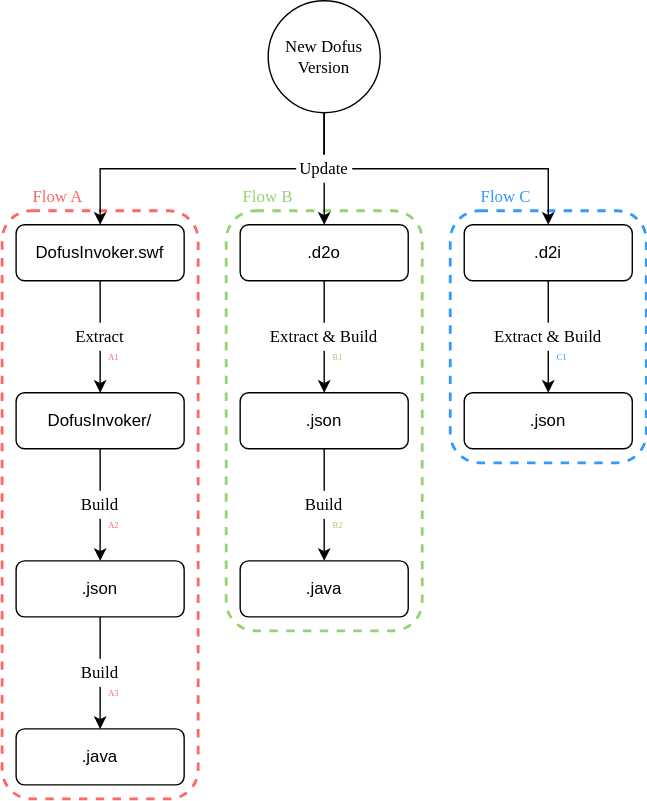
Before: images/Flows.drawio.svg, a diagram exported from draw.io (bot4dofus/Datafus). Source tidied: cells renumbered, new cells last; positions are measured from the earlier drawing's top-left corner, leaving out a move shared by most shapes. Source of this version:
```xml
<mxGraphModel>
  <root>
    <mxCell id="0" />
    <mxCell id="1" parent="0" />
    <mxCell id="2" style="rounded=1;whiteSpace=wrap;html=1;fontFamily=Georgia;fillColor=none;dashed=1;strokeWidth=2;strokeColor=#3399FF;" parent="1" vertex="1">
      <mxGeometry x="320" y="150" width="140" height="180" as="geometry" />
    </mxCell>
    <mxCell id="3" style="rounded=1;whiteSpace=wrap;html=1;fontFamily=Georgia;fillColor=none;dashed=1;strokeWidth=2;strokeColor=#97D077;" parent="1" vertex="1">
      <mxGeometry x="160" y="150" width="140" height="300" as="geometry" />
    </mxCell>
    <mxCell id="4" style="rounded=1;whiteSpace=wrap;html=1;fontFamily=Georgia;fillColor=none;dashed=1;strokeWidth=2;strokeColor=#FF6666;" parent="1" vertex="1">
      <mxGeometry y="150" width="140" height="420" as="geometry" />
    </mxCell>
    <mxCell id="5" value="New Dofus Version" style="ellipse;whiteSpace=wrap;html=1;fontFamily=Georgia;" parent="1" vertex="1">
      <mxGeometry x="190" width="80" height="80" as="geometry" />
    </mxCell>
    <mxCell id="6" value=".d2o" style="rounded=1;whiteSpace=wrap;html=1;fontFamily=Helvetica;" parent="1" vertex="1">
      <mxGeometry x="170" y="160" width="120" height="40" as="geometry" />
    </mxCell>
    <mxCell id="7" value=".d2i" style="rounded=1;whiteSpace=wrap;html=1;fontFamily=Helvetica;" parent="1" vertex="1">
      <mxGeometry x="330" y="160" width="120" height="40" as="geometry" />
    </mxCell>
    <mxCell id="8" value="DofusInvoker.swf" style="rounded=1;whiteSpace=wrap;html=1;fontFamily=Helvetica;" parent="1" vertex="1">
      <mxGeometry x="10" y="160" width="120" height="40" as="geometry" />
    </mxCell>
    <mxCell id="9" value="DofusInvoker/" style="rounded=1;whiteSpace=wrap;html=1;fontFamily=Helvetica;" parent="1" vertex="1">
      <mxGeometry x="10" y="280" width="120" height="40" as="geometry" />
    </mxCell>
    <mxCell id="10" value=".json" style="rounded=1;whiteSpace=wrap;html=1;fontFamily=Helvetica;" parent="1" vertex="1">
      <mxGeometry x="170" y="280" width="120" height="40" as="geometry" />
    </mxCell>
    <mxCell id="11" value=".json" style="rounded=1;whiteSpace=wrap;html=1;fontFamily=Helvetica;" parent="1" vertex="1">
      <mxGeometry x="330" y="280" width="120" height="40" as="geometry" />
    </mxCell>
    <mxCell id="12" value=".java" style="rounded=1;whiteSpace=wrap;html=1;fontFamily=Helvetica;" parent="1" vertex="1">
      <mxGeometry x="170" y="400" width="120" height="40" as="geometry" />
    </mxCell>
    <mxCell id="13" value=".json" style="rounded=1;whiteSpace=wrap;html=1;fontFamily=Helvetica;" parent="1" vertex="1">
      <mxGeometry x="10" y="400" width="120" height="40" as="geometry" />
    </mxCell>
    <mxCell id="14" value=".java" style="rounded=1;whiteSpace=wrap;html=1;fontFamily=Helvetica;" parent="1" vertex="1">
      <mxGeometry x="10" y="520" width="120" height="40" as="geometry" />
    </mxCell>
    <mxCell id="15" style="edgeStyle=orthogonalEdgeStyle;rounded=0;jettySize=auto;html=1;exitX=0.5;exitY=1;exitDx=0;exitDy=0;entryX=0.5;entryY=0;entryDx=0;entryDy=0;fontFamily=Georgia;" parent="1" edge="1" source="8" target="9">
      <mxGeometry relative="1" as="geometry" />
    </mxCell>
    <mxCell id="16" style="edgeStyle=orthogonalEdgeStyle;rounded=0;jettySize=auto;html=1;exitX=0.5;exitY=1;exitDx=0;exitDy=0;entryX=0.5;entryY=0;entryDx=0;entryDy=0;fontFamily=Georgia;" parent="1" edge="1" source="9" target="13">
      <mxGeometry relative="1" as="geometry" />
    </mxCell>
    <mxCell id="17" style="edgeStyle=orthogonalEdgeStyle;rounded=0;jettySize=auto;html=1;exitX=0.5;exitY=1;exitDx=0;exitDy=0;entryX=0.5;entryY=0;entryDx=0;entryDy=0;fontFamily=Georgia;" parent="1" edge="1" source="13" target="14">
      <mxGeometry relative="1" as="geometry" />
    </mxCell>
    <mxCell id="18" style="edgeStyle=orthogonalEdgeStyle;rounded=0;jettySize=auto;html=1;entryX=0.5;entryY=0;entryDx=0;entryDy=0;fontFamily=Georgia;exitX=0.5;exitY=1;exitDx=0;exitDy=0;" parent="1" edge="1" source="10" target="12">
      <mxGeometry relative="1" as="geometry" />
    </mxCell>
    <mxCell id="19" style="edgeStyle=orthogonalEdgeStyle;rounded=0;jettySize=auto;html=1;fontFamily=Georgia;exitX=0.5;exitY=1;exitDx=0;exitDy=0;" parent="1" edge="1" source="6">
      <mxGeometry relative="1" as="geometry">
        <mxPoint x="230" y="280" as="targetPoint" />
      </mxGeometry>
    </mxCell>
    <mxCell id="20" style="edgeStyle=orthogonalEdgeStyle;rounded=0;jettySize=auto;html=1;fontFamily=Georgia;exitX=0.5;exitY=1;exitDx=0;exitDy=0;entryX=0.5;entryY=0;entryDx=0;entryDy=0;" parent="1" edge="1" source="7" target="11">
      <mxGeometry relative="1" as="geometry" />
    </mxCell>
    <mxCell id="21" style="edgeStyle=orthogonalEdgeStyle;rounded=0;jettySize=auto;html=1;exitX=0.5;exitY=1;exitDx=0;exitDy=0;entryX=0.5;entryY=0;entryDx=0;entryDy=0;fontFamily=Georgia;" parent="1" edge="1" source="5" target="8">
      <mxGeometry relative="1" as="geometry" />
    </mxCell>
    <mxCell id="22" style="edgeStyle=orthogonalEdgeStyle;rounded=0;jettySize=auto;html=1;exitX=0.5;exitY=1;exitDx=0;exitDy=0;fontFamily=Georgia;" parent="1" edge="1" source="5">
      <mxGeometry relative="1" as="geometry">
        <mxPoint x="390" y="160" as="targetPoint" />
      </mxGeometry>
    </mxCell>
    <mxCell id="23" style="edgeStyle=orthogonalEdgeStyle;rounded=0;jettySize=auto;html=1;fontFamily=Georgia;" parent="1" edge="1" target="6">
      <mxGeometry relative="1" as="geometry">
        <mxPoint x="230" y="80" as="sourcePoint" />
      </mxGeometry>
    </mxCell>
    <mxCell id="24" value="A1" style="text;html=1;strokeColor=none;align=center;verticalAlign=middle;whiteSpace=wrap;rounded=0;dashed=1;fontFamily=Georgia;spacing=0;fontSize=6;fontColor=#FF6666;" parent="1" vertex="1">
      <mxGeometry x="70" y="250" width="20" height="10" as="geometry" />
    </mxCell>
    <mxCell id="25" value="Build" style="text;html=1;strokeColor=none;align=center;verticalAlign=middle;whiteSpace=wrap;rounded=0;dashed=1;fontFamily=Georgia;fillColor=#FFFFFF;" parent="1" vertex="1">
      <mxGeometry x="50" y="470" width="40" height="20" as="geometry" />
    </mxCell>
    <mxCell id="26" value="Build" style="text;html=1;strokeColor=none;align=center;verticalAlign=middle;whiteSpace=wrap;rounded=0;dashed=1;fontFamily=Georgia;fillColor=#FFFFFF;" parent="1" vertex="1">
      <mxGeometry x="50" y="350" width="40" height="20" as="geometry" />
    </mxCell>
    <mxCell id="27" value="Build" style="text;html=1;strokeColor=none;align=center;verticalAlign=middle;whiteSpace=wrap;rounded=0;dashed=1;fontFamily=Georgia;fillColor=#FFFFFF;" parent="1" vertex="1">
      <mxGeometry x="210" y="350" width="40" height="20" as="geometry" />
    </mxCell>
    <mxCell id="28" value="Extract &amp;amp; Build" style="text;html=1;strokeColor=none;align=center;verticalAlign=middle;whiteSpace=wrap;rounded=0;dashed=1;fontFamily=Georgia;fillColor=#FFFFFF;" parent="1" vertex="1">
      <mxGeometry x="170" y="230" width="120" height="20" as="geometry" />
    </mxCell>
    <mxCell id="29" value="Extract &amp;amp; Build" style="text;html=1;strokeColor=none;align=center;verticalAlign=middle;whiteSpace=wrap;rounded=0;dashed=1;fontFamily=Georgia;fillColor=#FFFFFF;" parent="1" vertex="1">
      <mxGeometry x="330" y="230" width="120" height="20" as="geometry" />
    </mxCell>
    <mxCell id="30" value="Update" style="text;html=1;strokeColor=none;align=center;verticalAlign=middle;whiteSpace=wrap;rounded=0;dashed=1;fontFamily=Georgia;fillColor=#FFFFFF;" parent="1" vertex="1">
      <mxGeometry x="210" y="110" width="40" height="20" as="geometry" />
    </mxCell>
    <mxCell id="31" value="&lt;font&gt;Extract&lt;/font&gt;" style="text;html=1;strokeColor=none;align=center;verticalAlign=middle;whiteSpace=wrap;rounded=0;dashed=1;fontFamily=Georgia;fillColor=#FFFFFF;" parent="1" vertex="1">
      <mxGeometry x="50" y="230" width="40" height="20" as="geometry" />
    </mxCell>
    <mxCell id="32" value="A2" style="text;html=1;strokeColor=none;align=center;verticalAlign=middle;whiteSpace=wrap;rounded=0;dashed=1;fontFamily=Georgia;spacing=0;fontSize=6;fontColor=#FF6666;" parent="1" vertex="1">
      <mxGeometry x="70" y="370" width="20" height="10" as="geometry" />
    </mxCell>
    <mxCell id="33" value="B2" style="text;html=1;strokeColor=none;align=center;verticalAlign=middle;whiteSpace=wrap;rounded=0;dashed=1;fontFamily=Georgia;spacing=0;fontSize=6;fontColor=#97D077;" parent="1" vertex="1">
      <mxGeometry x="230" y="370" width="20" height="10" as="geometry" />
    </mxCell>
    <mxCell id="34" value="A3" style="text;html=1;strokeColor=none;align=center;verticalAlign=middle;whiteSpace=wrap;rounded=0;dashed=1;fontFamily=Georgia;spacing=0;fontSize=6;fontColor=#FF6666;" parent="1" vertex="1">
      <mxGeometry x="70" y="490" width="20" height="10" as="geometry" />
    </mxCell>
    <mxCell id="35" value="C1" style="text;html=1;strokeColor=none;align=center;verticalAlign=middle;whiteSpace=wrap;rounded=0;dashed=1;fontFamily=Georgia;spacing=0;fontSize=6;fontColor=#3399FF;" parent="1" vertex="1">
      <mxGeometry x="390" y="250" width="20" height="10" as="geometry" />
    </mxCell>
    <mxCell id="36" value="B1" style="text;html=1;strokeColor=none;align=center;verticalAlign=middle;whiteSpace=wrap;rounded=0;dashed=1;fontFamily=Georgia;spacing=0;fontSize=6;fontColor=#97D077;" parent="1" vertex="1">
      <mxGeometry x="230" y="250" width="20" height="10" as="geometry" />
    </mxCell>
    <mxCell id="37" value="Flow A" style="text;html=1;strokeColor=none;align=center;verticalAlign=middle;whiteSpace=wrap;rounded=0;dashed=1;fontFamily=Georgia;fontColor=#FF6666;" parent="1" vertex="1">
      <mxGeometry x="20" y="130" width="40" height="20" as="geometry" />
    </mxCell>
    <mxCell id="38" value="Flow B" style="text;html=1;strokeColor=none;align=center;verticalAlign=middle;whiteSpace=wrap;rounded=0;dashed=1;fontFamily=Georgia;fontColor=#97D077;" parent="1" vertex="1">
      <mxGeometry x="170" y="130" width="40" height="20" as="geometry" />
    </mxCell>
    <mxCell id="39" value="&lt;font color=&quot;#3399FF&quot;&gt;Flow C&lt;br&gt;&lt;/font&gt;" style="text;html=1;strokeColor=none;align=center;verticalAlign=middle;whiteSpace=wrap;rounded=0;dashed=1;fontFamily=Georgia;fontColor=#FF6666;" parent="1" vertex="1">
      <mxGeometry x="340" y="130" width="40" height="20" as="geometry" />
    </mxCell>
  </root>
</mxGraphModel>
```
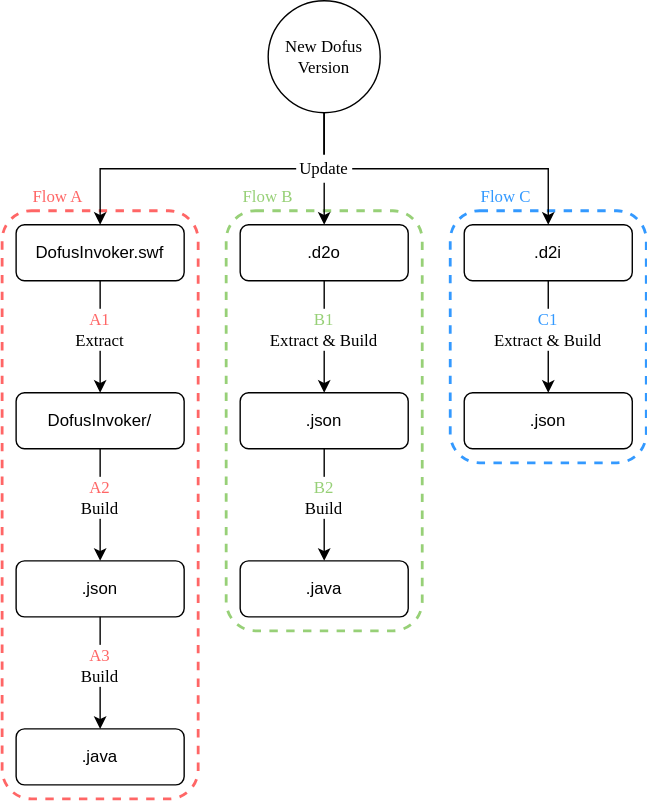
The same diagram one commit later.

Change to the diagram source:
```diff
@@ -74,45 +74,27 @@
         <mxPoint x="230" y="80" as="sourcePoint" />
       </mxGeometry>
     </mxCell>
-    <mxCell id="24" value="A1" style="text;html=1;strokeColor=none;align=center;verticalAlign=middle;whiteSpace=wrap;rounded=0;dashed=1;fontFamily=Georgia;spacing=0;fontSize=6;fontColor=#FF6666;" parent="1" vertex="1">
-      <mxGeometry x="70" y="250" width="20" height="10" as="geometry" />
+    <mxCell id="24" value="&lt;div style=&quot;font-size: 12px&quot;&gt;&lt;font style=&quot;font-size: 12px&quot;&gt;A1&lt;/font&gt;&lt;/div&gt;&lt;div style=&quot;font-size: 12px&quot;&gt;&lt;font style=&quot;font-size: 12px&quot;&gt;&lt;font style=&quot;font-size: 12px&quot; color=&quot;#000000&quot;&gt;Extract&lt;/font&gt;&lt;br&gt;&lt;/font&gt;&lt;/div&gt;" style="text;html=1;strokeColor=none;align=center;verticalAlign=middle;whiteSpace=wrap;rounded=0;dashed=1;fontFamily=Georgia;spacing=0;fontSize=11;fontColor=#FF6666;labelBackgroundColor=none;fillColor=default;" parent="1" vertex="1">
+      <mxGeometry x="50" y="220" width="40" height="30" as="geometry" />
     </mxCell>
-    <mxCell id="25" value="Build" style="text;html=1;strokeColor=none;align=center;verticalAlign=middle;whiteSpace=wrap;rounded=0;dashed=1;fontFamily=Georgia;fillColor=#FFFFFF;" parent="1" vertex="1">
-      <mxGeometry x="50" y="470" width="40" height="20" as="geometry" />
+    <mxCell id="25" value="&lt;div&gt;&lt;font color=&quot;#FF6666&quot;&gt;A3&lt;/font&gt;&lt;br&gt;&lt;/div&gt;&lt;div&gt;Build&lt;/div&gt;" style="text;html=1;strokeColor=none;align=center;verticalAlign=middle;whiteSpace=wrap;rounded=0;dashed=1;fontFamily=Georgia;fillColor=#FFFFFF;" parent="1" vertex="1">
+      <mxGeometry x="50" y="460" width="40" height="30" as="geometry" />
     </mxCell>
-    <mxCell id="26" value="Build" style="text;html=1;strokeColor=none;align=center;verticalAlign=middle;whiteSpace=wrap;rounded=0;dashed=1;fontFamily=Georgia;fillColor=#FFFFFF;" parent="1" vertex="1">
-      <mxGeometry x="50" y="350" width="40" height="20" as="geometry" />
+    <mxCell id="26" value="&lt;div&gt;&lt;font color=&quot;#FF6666&quot;&gt;A2&lt;/font&gt;&lt;br&gt;&lt;/div&gt;&lt;div&gt;Build&lt;/div&gt;" style="text;html=1;strokeColor=none;align=center;verticalAlign=middle;whiteSpace=wrap;rounded=0;dashed=1;fontFamily=Georgia;fillColor=#FFFFFF;" parent="1" vertex="1">
+      <mxGeometry x="50" y="340" width="40" height="30" as="geometry" />
     </mxCell>
-    <mxCell id="27" value="Build" style="text;html=1;strokeColor=none;align=center;verticalAlign=middle;whiteSpace=wrap;rounded=0;dashed=1;fontFamily=Georgia;fillColor=#FFFFFF;" parent="1" vertex="1">
-      <mxGeometry x="210" y="350" width="40" height="20" as="geometry" />
+    <mxCell id="27" value="&lt;div&gt;&lt;font color=&quot;#97D077&quot;&gt;B2&lt;/font&gt;&lt;br&gt;&lt;/div&gt;&lt;div&gt;Build&lt;/div&gt;" style="text;html=1;strokeColor=none;align=center;verticalAlign=middle;whiteSpace=wrap;rounded=0;dashed=1;fontFamily=Georgia;fillColor=#FFFFFF;" parent="1" vertex="1">
+      <mxGeometry x="210" y="340" width="40" height="30" as="geometry" />
     </mxCell>
-    <mxCell id="28" value="Extract &amp;amp; Build" style="text;html=1;strokeColor=none;align=center;verticalAlign=middle;whiteSpace=wrap;rounded=0;dashed=1;fontFamily=Georgia;fillColor=#FFFFFF;" parent="1" vertex="1">
-      <mxGeometry x="170" y="230" width="120" height="20" as="geometry" />
+    <mxCell id="28" value="&lt;div&gt;&lt;font color=&quot;#97D077&quot;&gt;B1&lt;/font&gt;&lt;br&gt;&lt;/div&gt;&lt;div&gt;Extract &amp;amp; Build&lt;/div&gt;" style="text;html=1;strokeColor=none;align=center;verticalAlign=middle;whiteSpace=wrap;rounded=0;dashed=1;fontFamily=Georgia;fillColor=#FFFFFF;" parent="1" vertex="1">
+      <mxGeometry x="170" y="220" width="120" height="30" as="geometry" />
     </mxCell>
-    <mxCell id="29" value="Extract &amp;amp; Build" style="text;html=1;strokeColor=none;align=center;verticalAlign=middle;whiteSpace=wrap;rounded=0;dashed=1;fontFamily=Georgia;fillColor=#FFFFFF;" parent="1" vertex="1">
-      <mxGeometry x="330" y="230" width="120" height="20" as="geometry" />
+    <mxCell id="29" value="&lt;div&gt;&lt;font color=&quot;#3399FF&quot;&gt;C1&lt;/font&gt;&lt;br&gt;&lt;/div&gt;&lt;div&gt;Extract &amp;amp; Build&lt;/div&gt;" style="text;html=1;strokeColor=none;align=center;verticalAlign=middle;whiteSpace=wrap;rounded=0;dashed=1;fontFamily=Georgia;fillColor=#FFFFFF;" parent="1" vertex="1">
+      <mxGeometry x="330" y="220" width="120" height="30" as="geometry" />
     </mxCell>
     <mxCell id="30" value="Update" style="text;html=1;strokeColor=none;align=center;verticalAlign=middle;whiteSpace=wrap;rounded=0;dashed=1;fontFamily=Georgia;fillColor=#FFFFFF;" parent="1" vertex="1">
       <mxGeometry x="210" y="110" width="40" height="20" as="geometry" />
     </mxCell>
-    <mxCell id="31" value="&lt;font&gt;Extract&lt;/font&gt;" style="text;html=1;strokeColor=none;align=center;verticalAlign=middle;whiteSpace=wrap;rounded=0;dashed=1;fontFamily=Georgia;fillColor=#FFFFFF;" parent="1" vertex="1">
-      <mxGeometry x="50" y="230" width="40" height="20" as="geometry" />
-    </mxCell>
-    <mxCell id="32" value="A2" style="text;html=1;strokeColor=none;align=center;verticalAlign=middle;whiteSpace=wrap;rounded=0;dashed=1;fontFamily=Georgia;spacing=0;fontSize=6;fontColor=#FF6666;" parent="1" vertex="1">
-      <mxGeometry x="70" y="370" width="20" height="10" as="geometry" />
-    </mxCell>
-    <mxCell id="33" value="B2" style="text;html=1;strokeColor=none;align=center;verticalAlign=middle;whiteSpace=wrap;rounded=0;dashed=1;fontFamily=Georgia;spacing=0;fontSize=6;fontColor=#97D077;" parent="1" vertex="1">
-      <mxGeometry x="230" y="370" width="20" height="10" as="geometry" />
-    </mxCell>
-    <mxCell id="34" value="A3" style="text;html=1;strokeColor=none;align=center;verticalAlign=middle;whiteSpace=wrap;rounded=0;dashed=1;fontFamily=Georgia;spacing=0;fontSize=6;fontColor=#FF6666;" parent="1" vertex="1">
-      <mxGeometry x="70" y="490" width="20" height="10" as="geometry" />
-    </mxCell>
-    <mxCell id="35" value="C1" style="text;html=1;strokeColor=none;align=center;verticalAlign=middle;whiteSpace=wrap;rounded=0;dashed=1;fontFamily=Georgia;spacing=0;fontSize=6;fontColor=#3399FF;" parent="1" vertex="1">
-      <mxGeometry x="390" y="250" width="20" height="10" as="geometry" />
-    </mxCell>
-    <mxCell id="36" value="B1" style="text;html=1;strokeColor=none;align=center;verticalAlign=middle;whiteSpace=wrap;rounded=0;dashed=1;fontFamily=Georgia;spacing=0;fontSize=6;fontColor=#97D077;" parent="1" vertex="1">
-      <mxGeometry x="230" y="250" width="20" height="10" as="geometry" />
-    </mxCell>
     <mxCell id="37" value="Flow A" style="text;html=1;strokeColor=none;align=center;verticalAlign=middle;whiteSpace=wrap;rounded=0;dashed=1;fontFamily=Georgia;fontColor=#FF6666;" parent="1" vertex="1">
       <mxGeometry x="20" y="130" width="40" height="20" as="geometry" />
     </mxCell>
```
